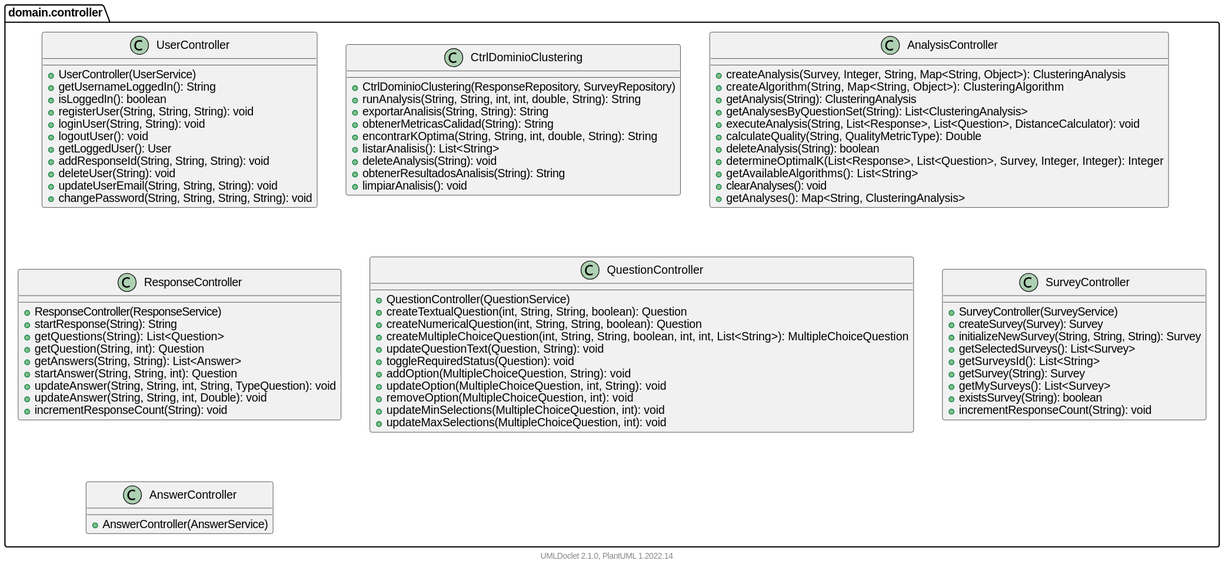
Above: DOC/javadoc/domain/controller/package.svg in felipenugo/k-surveys (PlantUML), before the change. Source of this version:
```plantuml
@startuml
    namespace domain.controller {

        class UserController [[UserController.html]] {
            +UserController(UserService)
            +getUsernameLoggedIn(): String
            +isLoggedIn(): boolean
            +registerUser(String, String, String): void
            +loginUser(String, String): void
            +logoutUser(): void
            +getLoggedUser(): User
            +addResponseId(String, String, String): void
            +deleteUser(String): void
            +updateUserEmail(String, String, String): void
            +changePassword(String, String, String, String): void
        }

        class CtrlDominioClustering [[CtrlDominioClustering.html]] {
            +CtrlDominioClustering(ResponseRepository, SurveyRepository)
            +runAnalysis(String, String, int, int, double, String): String
            +exportarAnalisis(String, String): String
            +obtenerMetricasCalidad(String): String
            +encontrarKOptima(String, String, int, double, String): String
            +listarAnalisis(): List<String>
            +deleteAnalysis(String): void
            +obtenerResultadosAnalisis(String): String
            +limpiarAnalisis(): void
        }

        class AnalysisController [[AnalysisController.html]] {
            +createAnalysis(Survey, Integer, String, Map<String, Object>): ClusteringAnalysis
            +createAlgorithm(String, Map<String, Object>): ClusteringAlgorithm
            +getAnalysis(String): ClusteringAnalysis
            +getAnalysesByQuestionSet(String): List<ClusteringAnalysis>
            +executeAnalysis(String, List<Response>, List<Question>, DistanceCalculator): void
            +calculateQuality(String, QualityMetricType): Double
            +deleteAnalysis(String): boolean
            +determineOptimalK(List<Response>, List<Question>, Survey, Integer, Integer): Integer
            +getAvailableAlgorithms(): List<String>
            +clearAnalyses(): void
            +getAnalyses(): Map<String, ClusteringAnalysis>
        }

        class ResponseController [[ResponseController.html]] {
            +ResponseController(ResponseService)
            +startResponse(String): String
            +getQuestions(String): List<Question>
            +getQuestion(String, int): Question
            +getAnswers(String, String): List<Answer>
            +startAnswer(String, String, int): Question
            +updateAnswer(String, String, int, String, TypeQuestion): void
            +updateAnswer(String, String, int, Double): void
            +incrementResponseCount(String): void
        }

        class QuestionController [[QuestionController.html]] {
            +QuestionController(QuestionService)
            +createTextualQuestion(int, String, String, boolean): Question
            +createNumericalQuestion(int, String, String, boolean): Question
            +createMultipleChoiceQuestion(int, String, String, boolean, int, int, List<String>): MultipleChoiceQuestion
            +updateQuestionText(Question, String): void
            +toggleRequiredStatus(Question): void
            +addOption(MultipleChoiceQuestion, String): void
            +updateOption(MultipleChoiceQuestion, int, String): void
            +removeOption(MultipleChoiceQuestion, int): void
            +updateMinSelections(MultipleChoiceQuestion, int): void
            +updateMaxSelections(MultipleChoiceQuestion, int): void
        }

        class SurveyController [[SurveyController.html]] {
            +SurveyController(SurveyService)
            +createSurvey(Survey): Survey
            +initializeNewSurvey(String, String, String): Survey
            +getSelectedSurveys(): List<Survey>
            +getSurveysId(): List<String>
            +getSurvey(String): Survey
            +getMySurveys(): List<Survey>
            +existsSurvey(String): boolean
            +incrementResponseCount(String): void
        }

        class AnswerController [[AnswerController.html]] {
            +AnswerController(AnswerService)
        }

    }

    center footer UMLDoclet 2.1.0, PlantUML %version()
@enduml
```
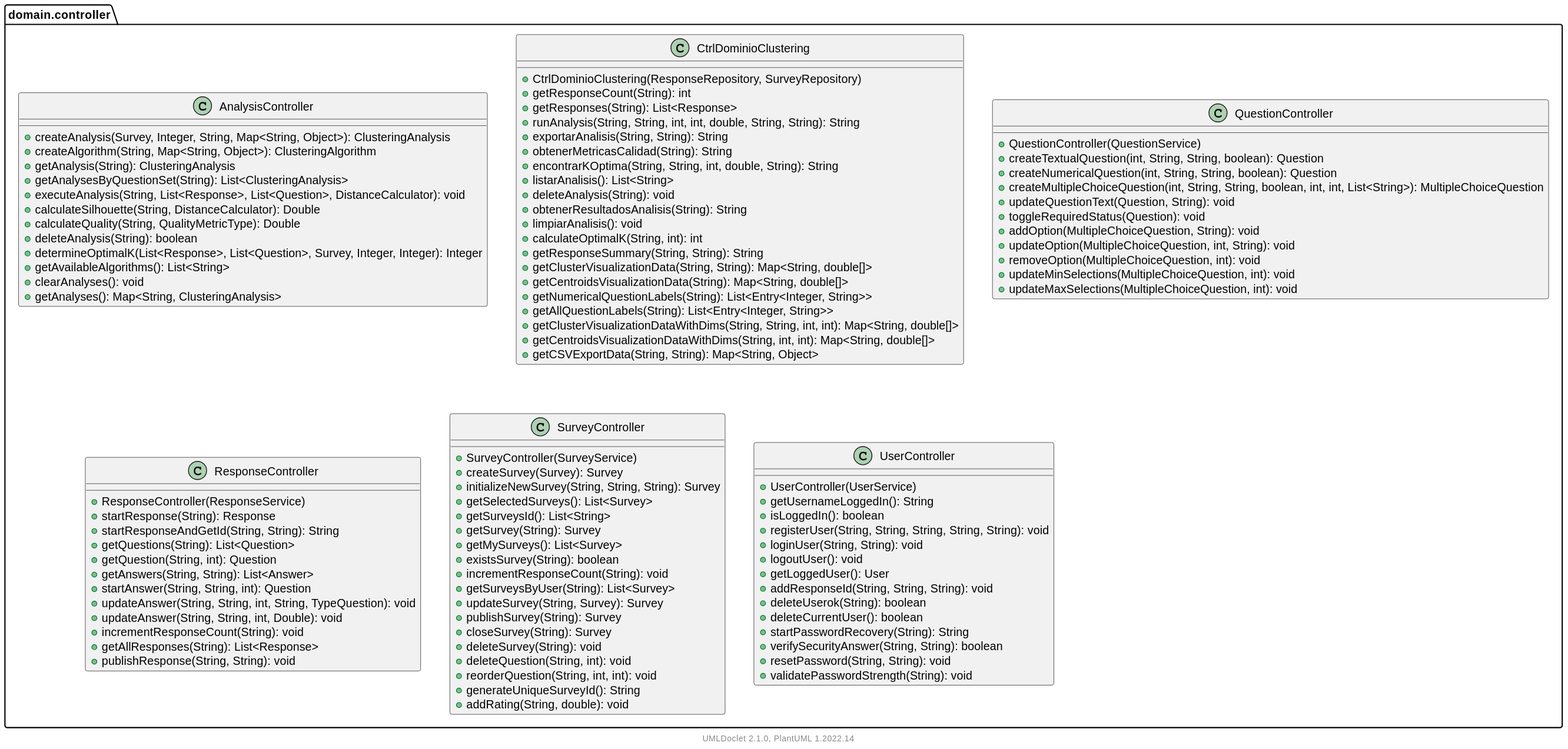
After the commit.

The edit, as a diff of the source:
```diff
@@ -1,31 +1,5 @@
 @startuml
     namespace domain.controller {
-
-        class UserController [[UserController.html]] {
-            +UserController(UserService)
-            +getUsernameLoggedIn(): String
-            +isLoggedIn(): boolean
-            +registerUser(String, String, String): void
-            +loginUser(String, String): void
-            +logoutUser(): void
-            +getLoggedUser(): User
-            +addResponseId(String, String, String): void
-            +deleteUser(String): void
-            +updateUserEmail(String, String, String): void
-            +changePassword(String, String, String, String): void
-        }
-
-        class CtrlDominioClustering [[CtrlDominioClustering.html]] {
-            +CtrlDominioClustering(ResponseRepository, SurveyRepository)
-            +runAnalysis(String, String, int, int, double, String): String
-            +exportarAnalisis(String, String): String
-            +obtenerMetricasCalidad(String): String
-            +encontrarKOptima(String, String, int, double, String): String
-            +listarAnalisis(): List<String>
-            +deleteAnalysis(String): void
-            +obtenerResultadosAnalisis(String): String
-            +limpiarAnalisis(): void
-        }
 
         class AnalysisController [[AnalysisController.html]] {
             +createAnalysis(Survey, Integer, String, Map<String, Object>): ClusteringAnalysis
@@ -33,6 +7,7 @@
             +getAnalysis(String): ClusteringAnalysis
             +getAnalysesByQuestionSet(String): List<ClusteringAnalysis>
             +executeAnalysis(String, List<Response>, List<Question>, DistanceCalculator): void
+            +calculateSilhouette(String, DistanceCalculator): Double
             +calculateQuality(String, QualityMetricType): Double
             +deleteAnalysis(String): boolean
             +determineOptimalK(List<Response>, List<Question>, Survey, Integer, Integer): Integer
@@ -41,16 +16,27 @@
             +getAnalyses(): Map<String, ClusteringAnalysis>
         }
 
-        class ResponseController [[ResponseController.html]] {
-            +ResponseController(ResponseService)
-            +startResponse(String): String
-            +getQuestions(String): List<Question>
-            +getQuestion(String, int): Question
-            +getAnswers(String, String): List<Answer>
-            +startAnswer(String, String, int): Question
-            +updateAnswer(String, String, int, String, TypeQuestion): void
-            +updateAnswer(String, String, int, Double): void
-            +incrementResponseCount(String): void
+        class CtrlDominioClustering [[CtrlDominioClustering.html]] {
+            +CtrlDominioClustering(ResponseRepository, SurveyRepository)
+            +getResponseCount(String): int
+            +getResponses(String): List<Response>
+            +runAnalysis(String, String, int, int, double, String, String): String
+            +exportarAnalisis(String, String): String
+            +obtenerMetricasCalidad(String): String
+            +encontrarKOptima(String, String, int, double, String): String
+            +listarAnalisis(): List<String>
+            +deleteAnalysis(String): void
+            +obtenerResultadosAnalisis(String): String
+            +limpiarAnalisis(): void
+            +calculateOptimalK(String, int): int
+            +getResponseSummary(String, String): String
+            +getClusterVisualizationData(String, String): Map<String, double[]>
+            +getCentroidsVisualizationData(String): Map<String, double[]>
+            +getNumericalQuestionLabels(String): List<Entry<Integer, String>>
+            +getAllQuestionLabels(String): List<Entry<Integer, String>>
+            +getClusterVisualizationDataWithDims(String, String, int, int): Map<String, double[]>
+            +getCentroidsVisualizationDataWithDims(String, int, int): Map<String, double[]>
+            +getCSVExportData(String, String): Map<String, Object>
         }
 
         class QuestionController [[QuestionController.html]] {
@@ -67,6 +53,21 @@
             +updateMaxSelections(MultipleChoiceQuestion, int): void
         }
 
+        class ResponseController [[ResponseController.html]] {
+            +ResponseController(ResponseService)
+            +startResponse(String): Response
+            +startResponseAndGetId(String, String): String
+            +getQuestions(String): List<Question>
+            +getQuestion(String, int): Question
+            +getAnswers(String, String): List<Answer>
+            +startAnswer(String, String, int): Question
+            +updateAnswer(String, String, int, String, TypeQuestion): void
+            +updateAnswer(String, String, int, Double): void
+            +incrementResponseCount(String): void
+            +getAllResponses(String): List<Response>
+            +publishResponse(String, String): void
+        }
+
         class SurveyController [[SurveyController.html]] {
             +SurveyController(SurveyService)
             +createSurvey(Survey): Survey
@@ -77,10 +78,32 @@
             +getMySurveys(): List<Survey>
             +existsSurvey(String): boolean
             +incrementResponseCount(String): void
+            +getSurveysByUser(String): List<Survey>
+            +updateSurvey(String, Survey): Survey
+            +publishSurvey(String): Survey
+            +closeSurvey(String): Survey
+            +deleteSurvey(String): void
+            +deleteQuestion(String, int): void
+            +reorderQuestion(String, int, int): void
+            +generateUniqueSurveyId(): String
+            +addRating(String, double): void
         }
 
-        class AnswerController [[AnswerController.html]] {
-            +AnswerController(AnswerService)
+        class UserController [[UserController.html]] {
+            +UserController(UserService)
+            +getUsernameLoggedIn(): String
+            +isLoggedIn(): boolean
+            +registerUser(String, String, String, String, String): void
+            +loginUser(String, String): void
+            +logoutUser(): void
+            +getLoggedUser(): User
+            +addResponseId(String, String, String): void
+            +deleteUserok(String): boolean
+            +deleteCurrentUser(): boolean
+            +startPasswordRecovery(String): String
+            +verifySecurityAnswer(String, String): boolean
+            +resetPassword(String, String): void
+            +validatePasswordStrength(String): void
         }
 
     }
```
